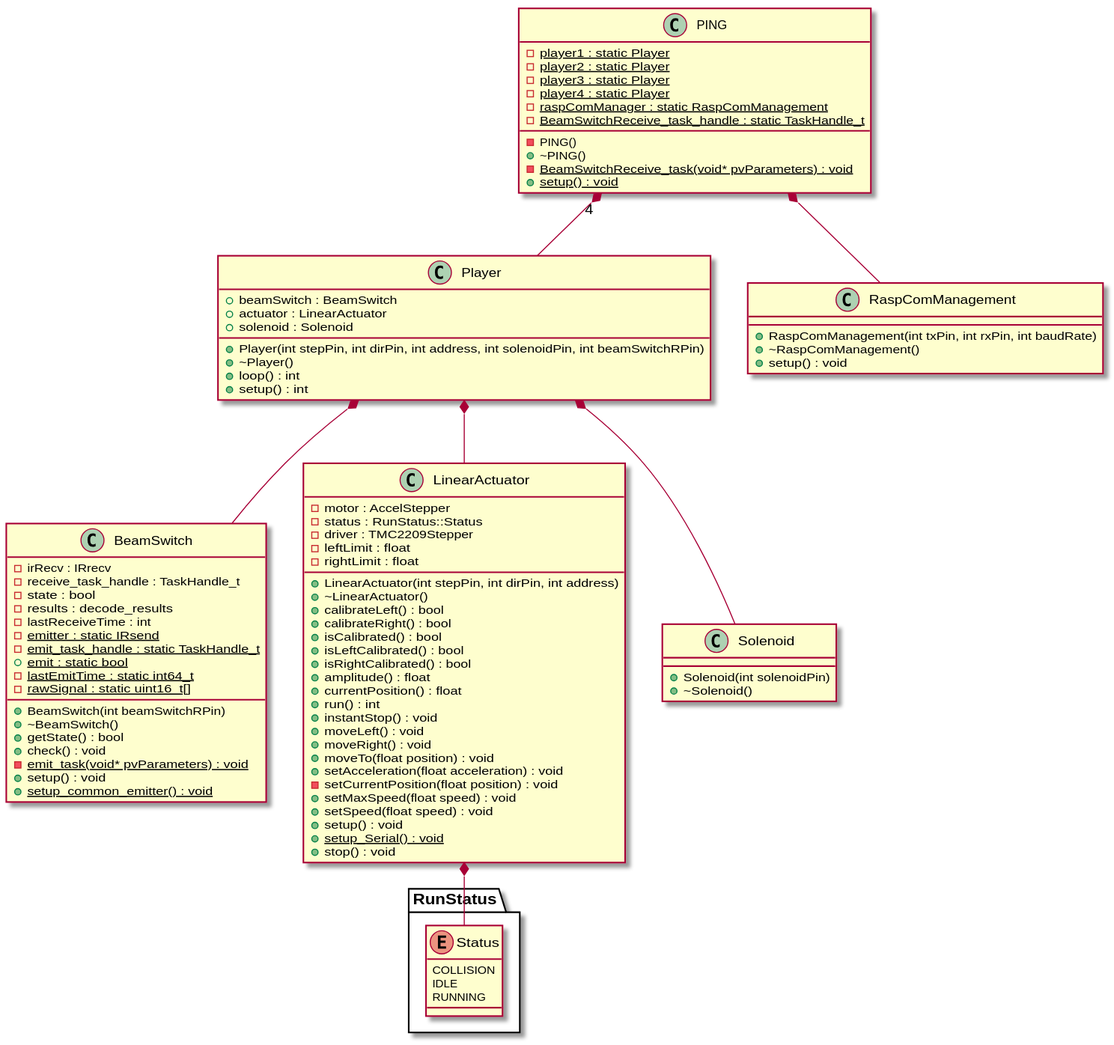
Above: docs/esp32.svg in tonysoux/PING22 (PlantUML), before the change.
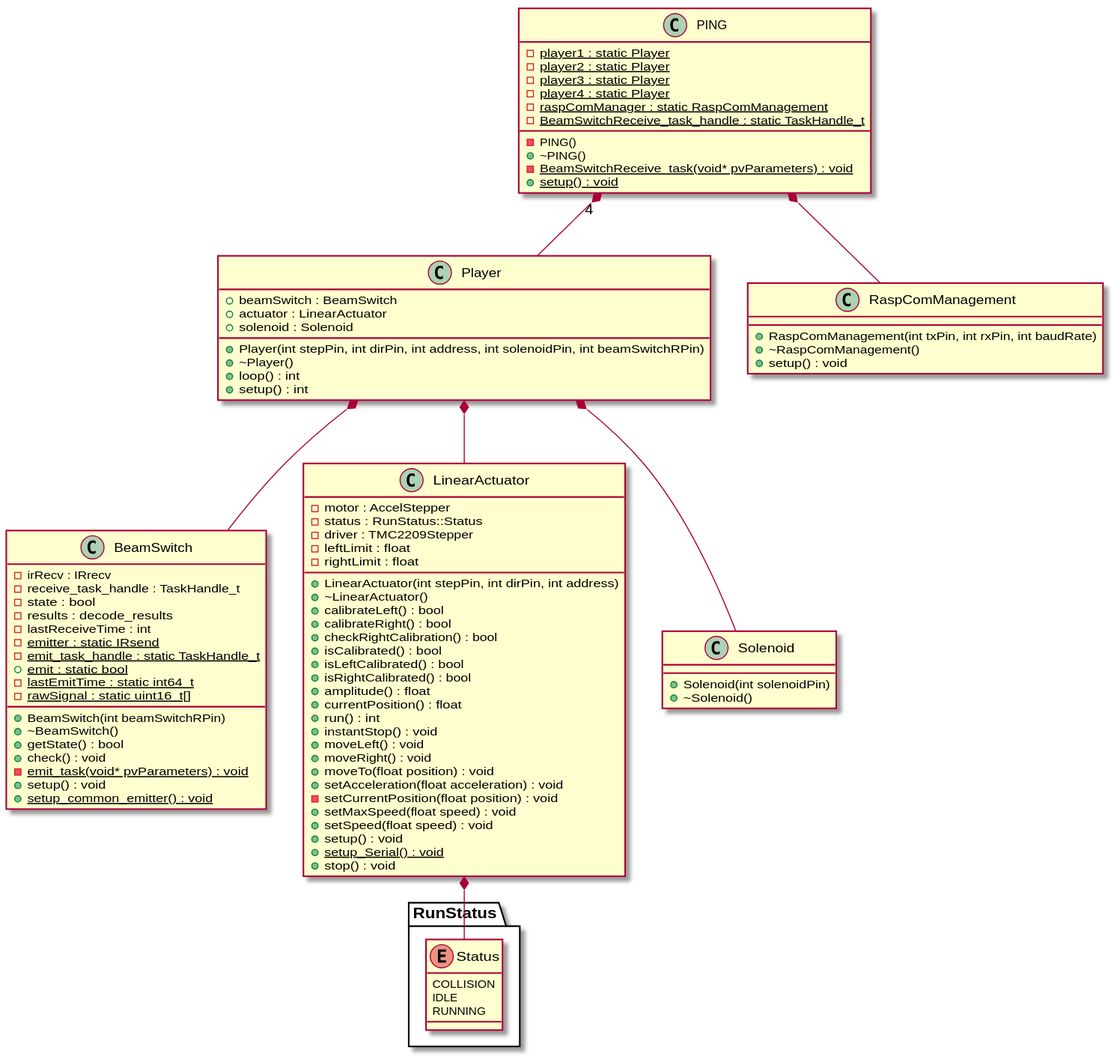
Later version of the same file.

Commit message:
Updated UML diagram

The edit, as a diff of the source:
```diff
@@ -34,6 +34,7 @@
 	-driver : TMC2209Stepper
 	+calibrateLeft() : bool
 	+calibrateRight() : bool
+	+checkRightCalibration() : bool
 	+isCalibrated() : bool
 	+isLeftCalibrated() : bool
 	+isRightCalibrated() : bool
```
